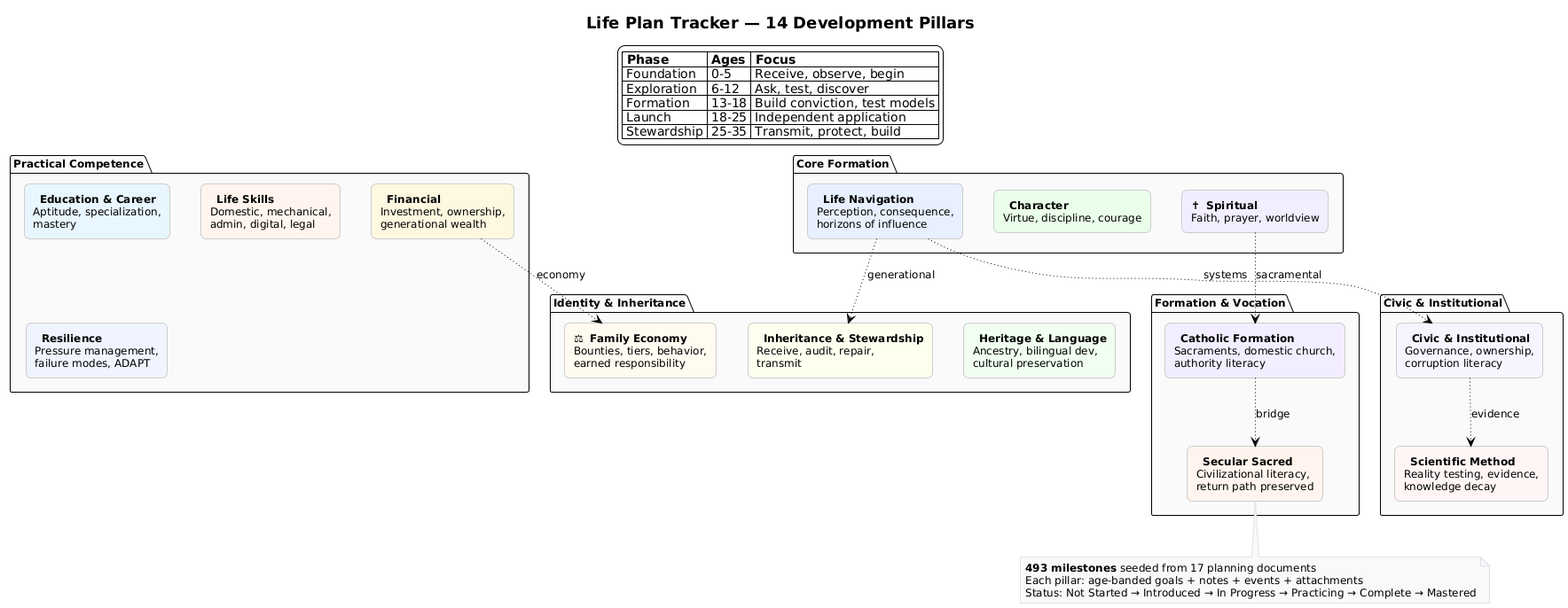
Before: diagrams/pillars_all.png, a diagram exported from PlantUML (vampireLibrarianMonk/life_planning).
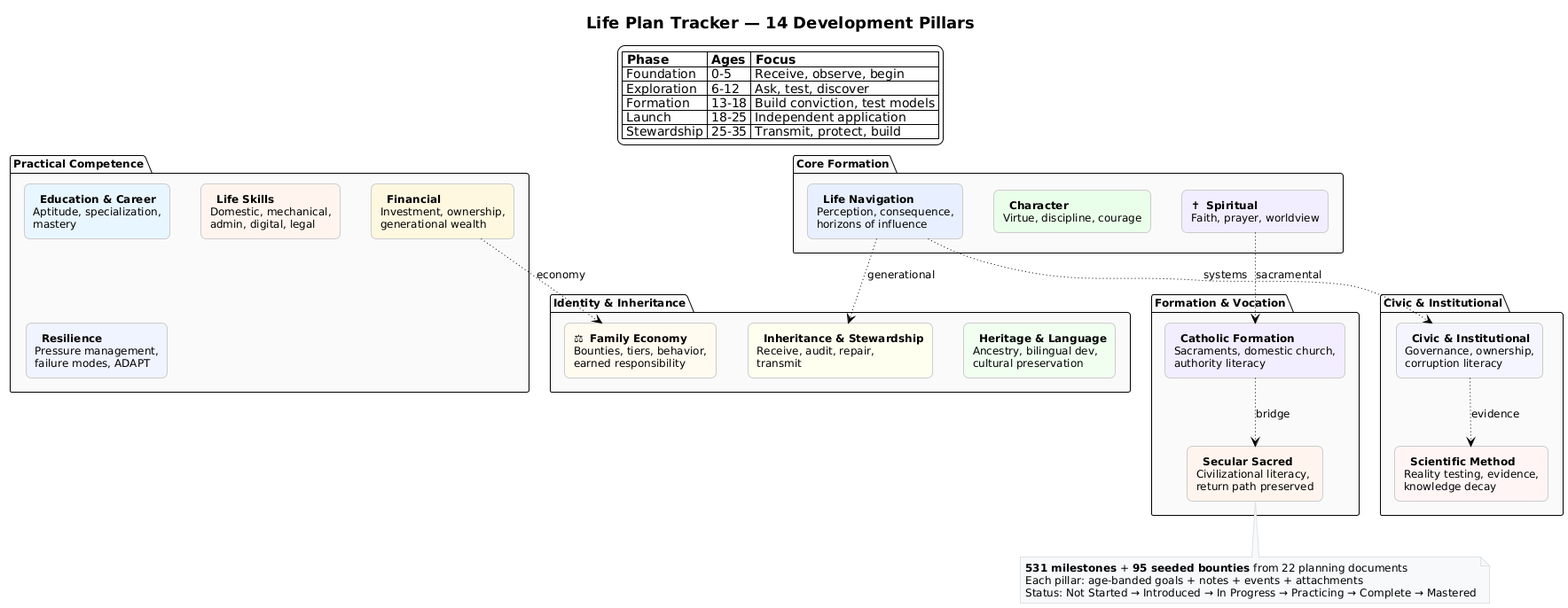
The same diagram one commit later.

What changed in the source:
```diff
@@ -63,7 +63,7 @@
 ci -[dotted]-> sm : evidence
 
 note bottom
-  **493 milestones** seeded from 17 planning documents
+  **531 milestones** + **95 seeded bounties** from 22 planning documents
   Each pillar: age-banded goals + notes + events + attachments
   Status: Not Started → Introduced → In Progress → Practicing → Complete → Mastered
 end note
```
